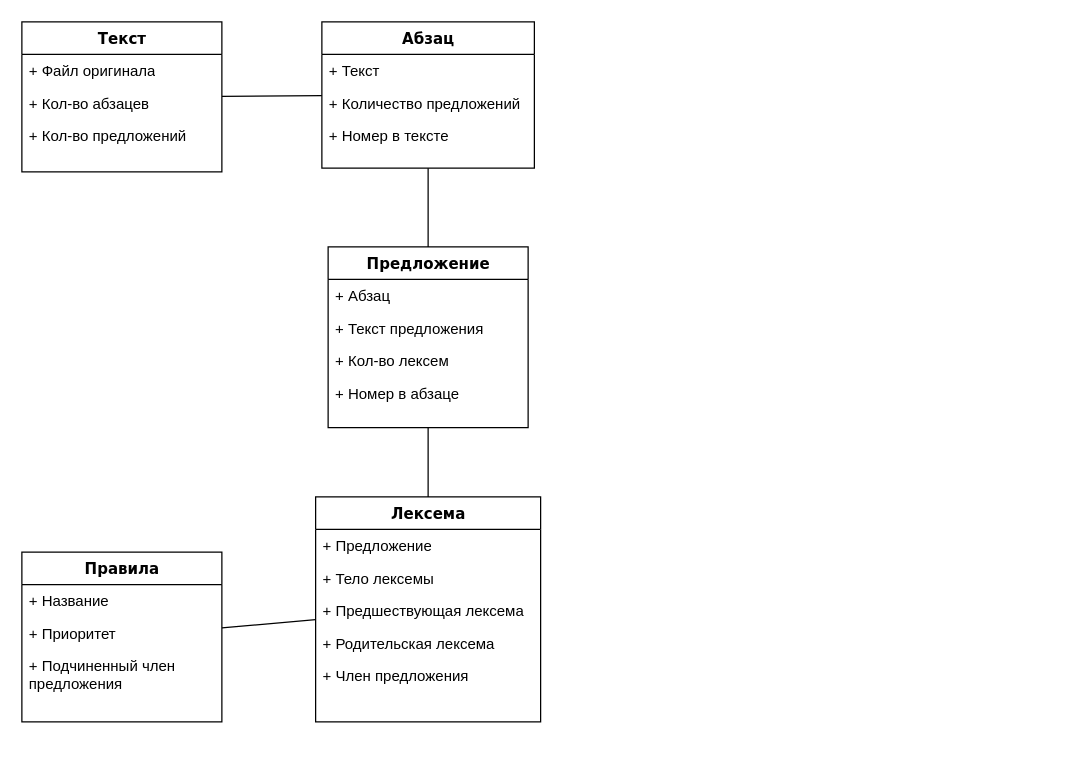
Before: page "Page-4" (5 of 5) of lab4.drawio in DMfananddu/Computing-Facilities-AIPCS, a draw.io diagram. Source tidied: cells renumbered, new cells numbered last; positions are measured from the earlier drawing's top-left corner, leaving out a move shared by most shapes. Both pictures are drawn from the tidied source at 125%, with x=0, y=0 at pixel (21, 21).
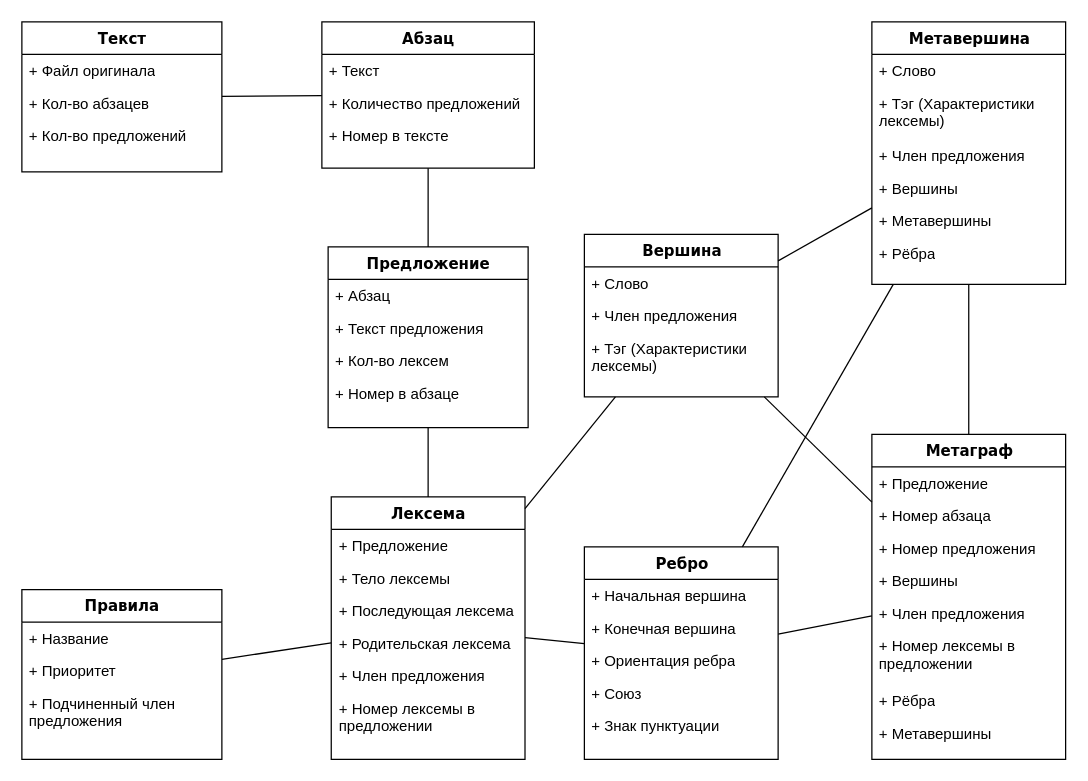
After the change.

Change to the diagram source:
```diff
@@
     <mxCell id="14" value="Правила" style="swimlane;html=1;fontStyle=1;align=center;verticalAlign=top;horizontal=1;startSize=26;swimlaneFillColor=#ffffff;rounded=0;shadow=0;comic=0;labelBackgroundColor=none;strokeWidth=1;fillColor=none;fontFamily=Verdana;fontSize=12;" parent="1" vertex="1">
-      <mxGeometry y="424.2" width="160" height="135.8" as="geometry" />
+      <mxGeometry y="454.2" width="160" height="135.8" as="geometry" />
     </mxCell>
@@
     <mxCell id="22" value="Лексема" style="swimlane;html=1;fontStyle=1;align=center;verticalAlign=top;horizontal=1;startSize=26;swimlaneFillColor=#ffffff;rounded=0;shadow=0;comic=0;labelBackgroundColor=none;strokeWidth=1;fillColor=none;fontFamily=Verdana;fontSize=12;" parent="1" vertex="1">
-      <mxGeometry x="235" y="380" width="180" height="180" as="geometry" />
+      <mxGeometry x="247.5" y="380" width="155" height="210" as="geometry" />
     </mxCell>
     <mxCell id="23" value="+ Предложение" style="text;html=1;strokeColor=none;fillColor=none;align=left;verticalAlign=top;spacingLeft=4;spacingRight=4;whiteSpace=wrap;overflow=hidden;" parent="22" vertex="1">
-      <mxGeometry y="26" width="180" height="26" as="geometry" />
+      <mxGeometry y="26" width="155" height="26" as="geometry" />
     </mxCell>
     <mxCell id="24" value="+ Тело лексемы" style="text;html=1;strokeColor=none;fillColor=none;align=left;verticalAlign=top;spacingLeft=4;spacingRight=4;whiteSpace=wrap;overflow=hidden;" parent="22" vertex="1">
-      <mxGeometry y="52" width="180" height="26" as="geometry" />
+      <mxGeometry y="52" width="155" height="26" as="geometry" />
     </mxCell>
-    <mxCell id="25" value="+ Предшествующая лексема" style="text;html=1;strokeColor=none;fillColor=none;align=left;verticalAlign=top;spacingLeft=4;spacingRight=4;whiteSpace=wrap;overflow=hidden;" parent="22" vertex="1">
-      <mxGeometry y="78" width="180" height="26" as="geometry" />
+    <mxCell id="25" value="+ Последующая лексема" style="text;html=1;strokeColor=none;fillColor=none;align=left;verticalAlign=top;spacingLeft=4;spacingRight=4;whiteSpace=wrap;overflow=hidden;" parent="22" vertex="1">
+      <mxGeometry y="78" width="155" height="26" as="geometry" />
     </mxCell>
     <mxCell id="26" value="+ Родительская лексема" style="text;html=1;strokeColor=none;fillColor=none;align=left;verticalAlign=top;spacingLeft=4;spacingRight=4;whiteSpace=wrap;overflow=hidden;" parent="22" vertex="1">
-      <mxGeometry y="104" width="180" height="26" as="geometry" />
+      <mxGeometry y="104" width="155" height="26" as="geometry" />
     </mxCell>
     <mxCell id="27" value="+ Член предложения" style="text;html=1;strokeColor=none;fillColor=none;align=left;verticalAlign=top;spacingLeft=4;spacingRight=4;whiteSpace=wrap;overflow=hidden;" parent="22" vertex="1">
-      <mxGeometry y="130" width="180" height="26" as="geometry" />
+      <mxGeometry y="130" width="155" height="26" as="geometry" />
     </mxCell>
+    <mxCell id="29" value="+ Номер лексемы в предложении" style="text;html=1;strokeColor=none;fillColor=none;align=left;verticalAlign=top;spacingLeft=4;spacingRight=4;whiteSpace=wrap;overflow=hidden;" parent="22" vertex="1">
+      <mxGeometry y="156" width="155" height="44" as="geometry" />
+    </mxCell>
@@
+    <mxCell id="30" value="Метаграф" style="swimlane;html=1;fontStyle=1;align=center;verticalAlign=top;horizontal=1;startSize=26;swimlaneFillColor=#ffffff;rounded=0;shadow=0;comic=0;labelBackgroundColor=none;strokeWidth=1;fillColor=none;fontFamily=Verdana;fontSize=12;" parent="1" vertex="1">
+      <mxGeometry x="680" y="330" width="155" height="260" as="geometry" />
+    </mxCell>
+    <mxCell id="31" value="+ Предложение" style="text;html=1;strokeColor=none;fillColor=none;align=left;verticalAlign=top;spacingLeft=4;spacingRight=4;whiteSpace=wrap;overflow=hidden;" parent="30" vertex="1">
+      <mxGeometry y="26" width="155" height="26" as="geometry" />
+    </mxCell>
+    <mxCell id="32" value="+ Номер абзаца" style="text;html=1;strokeColor=none;fillColor=none;align=left;verticalAlign=top;spacingLeft=4;spacingRight=4;whiteSpace=wrap;overflow=hidden;" parent="30" vertex="1">
+      <mxGeometry y="52" width="155" height="26" as="geometry" />
+    </mxCell>
+    <mxCell id="33" value="+ Номер предложения" style="text;html=1;strokeColor=none;fillColor=none;align=left;verticalAlign=top;spacingLeft=4;spacingRight=4;whiteSpace=wrap;overflow=hidden;" parent="30" vertex="1">
+      <mxGeometry y="78" width="155" height="26" as="geometry" />
+    </mxCell>
+    <mxCell id="34" value="+ Вершины" style="text;html=1;strokeColor=none;fillColor=none;align=left;verticalAlign=top;spacingLeft=4;spacingRight=4;whiteSpace=wrap;overflow=hidden;" parent="30" vertex="1">
+      <mxGeometry y="104" width="155" height="26" as="geometry" />
+    </mxCell>
+    <mxCell id="35" value="+ Член предложения" style="text;html=1;strokeColor=none;fillColor=none;align=left;verticalAlign=top;spacingLeft=4;spacingRight=4;whiteSpace=wrap;overflow=hidden;" parent="30" vertex="1">
+      <mxGeometry y="130" width="155" height="26" as="geometry" />
+    </mxCell>
+    <mxCell id="36" value="+ Номер лексемы в предложении" style="text;html=1;strokeColor=none;fillColor=none;align=left;verticalAlign=top;spacingLeft=4;spacingRight=4;whiteSpace=wrap;overflow=hidden;" parent="30" vertex="1">
+      <mxGeometry y="156" width="155" height="44" as="geometry" />
+    </mxCell>
+    <mxCell id="37" value="+ Рёбра" style="text;html=1;strokeColor=none;fillColor=none;align=left;verticalAlign=top;spacingLeft=4;spacingRight=4;whiteSpace=wrap;overflow=hidden;" parent="30" vertex="1">
+      <mxGeometry y="200" width="155" height="26" as="geometry" />
+    </mxCell>
+    <mxCell id="38" value="+ Метавершины" style="text;html=1;strokeColor=none;fillColor=none;align=left;verticalAlign=top;spacingLeft=4;spacingRight=4;whiteSpace=wrap;overflow=hidden;" parent="30" vertex="1">
+      <mxGeometry y="226" width="155" height="26" as="geometry" />
+    </mxCell>
+    <mxCell id="39" value="Вершина" style="swimlane;html=1;fontStyle=1;align=center;verticalAlign=top;horizontal=1;startSize=26;swimlaneFillColor=#ffffff;rounded=0;shadow=0;comic=0;labelBackgroundColor=none;strokeWidth=1;fillColor=none;fontFamily=Verdana;fontSize=12;" parent="1" vertex="1">
+      <mxGeometry x="450" y="170" width="155" height="130" as="geometry" />
+    </mxCell>
+    <mxCell id="40" value="+ Слово" style="text;html=1;strokeColor=none;fillColor=none;align=left;verticalAlign=top;spacingLeft=4;spacingRight=4;whiteSpace=wrap;overflow=hidden;" parent="39" vertex="1">
+      <mxGeometry y="26" width="155" height="26" as="geometry" />
+    </mxCell>
+    <mxCell id="41" value="+ Член предложения" style="text;html=1;strokeColor=none;fillColor=none;align=left;verticalAlign=top;spacingLeft=4;spacingRight=4;whiteSpace=wrap;overflow=hidden;" parent="39" vertex="1">
+      <mxGeometry y="52" width="155" height="26" as="geometry" />
+    </mxCell>
+    <mxCell id="42" value="+ Тэг (Характеристики лексемы)" style="text;html=1;strokeColor=none;fillColor=none;align=left;verticalAlign=top;spacingLeft=4;spacingRight=4;whiteSpace=wrap;overflow=hidden;" parent="39" vertex="1">
+      <mxGeometry y="78" width="155" height="42" as="geometry" />
+    </mxCell>
+    <mxCell id="43" value="Метавершина" style="swimlane;html=1;fontStyle=1;align=center;verticalAlign=top;horizontal=1;startSize=26;swimlaneFillColor=#ffffff;rounded=0;shadow=0;comic=0;labelBackgroundColor=none;strokeWidth=1;fillColor=none;fontFamily=Verdana;fontSize=12;" parent="1" vertex="1">
+      <mxGeometry x="680" width="155" height="210" as="geometry" />
+    </mxCell>
+    <mxCell id="44" value="+ Слово" style="text;html=1;strokeColor=none;fillColor=none;align=left;verticalAlign=top;spacingLeft=4;spacingRight=4;whiteSpace=wrap;overflow=hidden;" parent="43" vertex="1">
+      <mxGeometry y="26" width="155" height="26" as="geometry" />
+    </mxCell>
+    <mxCell id="45" value="+ Тэг (Характеристики лексемы)" style="text;html=1;strokeColor=none;fillColor=none;align=left;verticalAlign=top;spacingLeft=4;spacingRight=4;whiteSpace=wrap;overflow=hidden;" parent="43" vertex="1">
+      <mxGeometry y="52" width="155" height="42" as="geometry" />
+    </mxCell>
+    <mxCell id="46" value="+ Член предложения" style="text;html=1;strokeColor=none;fillColor=none;align=left;verticalAlign=top;spacingLeft=4;spacingRight=4;whiteSpace=wrap;overflow=hidden;" parent="43" vertex="1">
+      <mxGeometry y="94" width="155" height="26" as="geometry" />
+    </mxCell>
+    <mxCell id="47" value="+ Вершины" style="text;html=1;strokeColor=none;fillColor=none;align=left;verticalAlign=top;spacingLeft=4;spacingRight=4;whiteSpace=wrap;overflow=hidden;" parent="43" vertex="1">
+      <mxGeometry y="120" width="155" height="26" as="geometry" />
+    </mxCell>
+    <mxCell id="48" value="+ Метавершины" style="text;html=1;strokeColor=none;fillColor=none;align=left;verticalAlign=top;spacingLeft=4;spacingRight=4;whiteSpace=wrap;overflow=hidden;" parent="43" vertex="1">
+      <mxGeometry y="146" width="155" height="26" as="geometry" />
+    </mxCell>
+    <mxCell id="49" value="+ Рёбра" style="text;html=1;strokeColor=none;fillColor=none;align=left;verticalAlign=top;spacingLeft=4;spacingRight=4;whiteSpace=wrap;overflow=hidden;" parent="43" vertex="1">
+      <mxGeometry y="172" width="155" height="26" as="geometry" />
+    </mxCell>
+    <mxCell id="50" value="Ребро" style="swimlane;html=1;fontStyle=1;align=center;verticalAlign=top;horizontal=1;startSize=26;swimlaneFillColor=#ffffff;rounded=0;shadow=0;comic=0;labelBackgroundColor=none;strokeWidth=1;fillColor=none;fontFamily=Verdana;fontSize=12;" parent="1" vertex="1">
+      <mxGeometry x="450" y="420" width="155" height="170" as="geometry" />
+    </mxCell>
+    <mxCell id="51" value="+ Начальная вершина" style="text;html=1;strokeColor=none;fillColor=none;align=left;verticalAlign=top;spacingLeft=4;spacingRight=4;whiteSpace=wrap;overflow=hidden;" parent="50" vertex="1">
+      <mxGeometry y="26" width="155" height="26" as="geometry" />
+    </mxCell>
+    <mxCell id="52" value="+ Конечная вершина" style="text;html=1;strokeColor=none;fillColor=none;align=left;verticalAlign=top;spacingLeft=4;spacingRight=4;whiteSpace=wrap;overflow=hidden;" parent="50" vertex="1">
+      <mxGeometry y="52" width="155" height="26" as="geometry" />
+    </mxCell>
+    <mxCell id="53" value="+ Ориентация ребра" style="text;html=1;strokeColor=none;fillColor=none;align=left;verticalAlign=top;spacingLeft=4;spacingRight=4;whiteSpace=wrap;overflow=hidden;" parent="50" vertex="1">
+      <mxGeometry y="78" width="155" height="26" as="geometry" />
+    </mxCell>
+    <mxCell id="54" value="+ Союз" style="text;html=1;strokeColor=none;fillColor=none;align=left;verticalAlign=top;spacingLeft=4;spacingRight=4;whiteSpace=wrap;overflow=hidden;" parent="50" vertex="1">
+      <mxGeometry y="104" width="155" height="26" as="geometry" />
+    </mxCell>
+    <mxCell id="55" value="+ Знак пунктуации" style="text;html=1;strokeColor=none;fillColor=none;align=left;verticalAlign=top;spacingLeft=4;spacingRight=4;whiteSpace=wrap;overflow=hidden;" parent="50" vertex="1">
+      <mxGeometry y="130" width="155" height="26" as="geometry" />
+    </mxCell>
+    <mxCell id="56" style="edgeStyle=none;rounded=0;jettySize=auto;html=1;endArrow=none;endFill=0;" parent="1" edge="1" source="22" target="39">
+      <mxGeometry relative="1" as="geometry" />
+    </mxCell>
+    <mxCell id="57" style="edgeStyle=none;rounded=0;jettySize=auto;html=1;endArrow=none;endFill=0;" parent="1" edge="1" source="50" target="22">
+      <mxGeometry relative="1" as="geometry" />
+    </mxCell>
+    <mxCell id="58" style="edgeStyle=none;rounded=0;jettySize=auto;html=1;endArrow=none;endFill=0;" parent="1" edge="1" source="50" target="30">
+      <mxGeometry relative="1" as="geometry" />
+    </mxCell>
+    <mxCell id="59" style="edgeStyle=none;rounded=0;jettySize=auto;html=1;endArrow=none;endFill=0;" parent="1" edge="1" source="39" target="30">
+      <mxGeometry relative="1" as="geometry" />
+    </mxCell>
+    <mxCell id="60" style="edgeStyle=none;rounded=0;jettySize=auto;html=1;endArrow=none;endFill=0;" parent="1" edge="1" source="43" target="30">
+      <mxGeometry relative="1" as="geometry" />
+    </mxCell>
+    <mxCell id="61" style="edgeStyle=none;rounded=0;jettySize=auto;html=1;endArrow=none;endFill=0;" parent="1" edge="1" source="50" target="43">
+      <mxGeometry relative="1" as="geometry" />
+    </mxCell>
+    <mxCell id="62" style="edgeStyle=none;rounded=0;jettySize=auto;html=1;endArrow=none;endFill=0;" parent="1" edge="1" source="39" target="43">
+      <mxGeometry relative="1" as="geometry" />
+    </mxCell>
```
